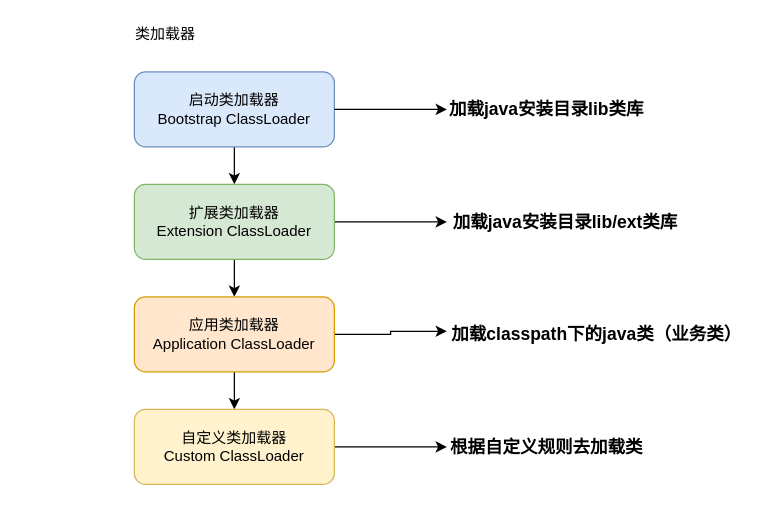
Above: jvm专栏/类加载器及双亲委派加载机制.drawio in zhongqiuoo/drawio (draw.io), before the change. Source tidied: cells renumbered, new cells numbered last; positions are measured from the earlier drawing's top-left corner, leaving out a move shared by most shapes. Both pictures are drawn from the tidied source at 125%, with x=0, y=0 at pixel (109, 21).
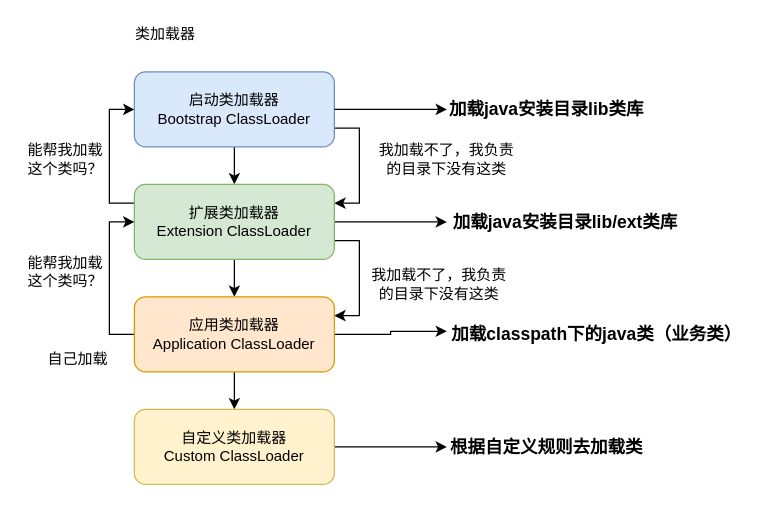
Above is the later version.

Commit message (it also covers changes not shown here):
更新类加载器及双亲委派加载机制.drawio

Unchanged cells that the change refers to:
```xml
<mxCell id="3" value="启动类加载器&lt;br&gt;Bootstrap ClassLoader" style="rounded=1;whiteSpace=wrap;html=1;fillColor=#dae8fc;strokeColor=#6c8ebf;" parent="1" vertex="1">
  <mxGeometry x="20" y="40" width="160" height="60" as="geometry" />
</mxCell>
<mxCell id="7" value="扩展类加载器&lt;br&gt;Extension ClassLoader" style="rounded=1;whiteSpace=wrap;html=1;fillColor=#d5e8d4;strokeColor=#82b366;" parent="1" vertex="1">
  <mxGeometry x="20" y="130" width="160" height="60" as="geometry" />
</mxCell>
<mxCell id="10" value="应用类加载器&lt;br&gt;Application ClassLoader" style="rounded=1;whiteSpace=wrap;html=1;fillColor=#ffe6cc;strokeColor=#d79b00;" parent="1" vertex="1">
  <mxGeometry x="20" y="220" width="160" height="60" as="geometry" />
</mxCell>
```

What changed in the source:
```diff
@@
+    <mxCell id="18" style="edgeStyle=orthogonalEdgeStyle;rounded=0;jettySize=auto;html=1;exitX=1;exitY=0.75;exitDx=0;exitDy=0;entryX=1;entryY=0.25;entryDx=0;entryDy=0;" parent="1" edge="1" source="3" target="7">
+      <mxGeometry relative="1" as="geometry" />
+    </mxCell>
@@
+    <mxCell id="19" style="edgeStyle=orthogonalEdgeStyle;rounded=0;jettySize=auto;html=1;exitX=0;exitY=0.25;exitDx=0;exitDy=0;entryX=0;entryY=0.5;entryDx=0;entryDy=0;" parent="1" edge="1" source="7" target="3">
+      <mxGeometry relative="1" as="geometry" />
+    </mxCell>
+    <mxCell id="20" style="edgeStyle=orthogonalEdgeStyle;rounded=0;jettySize=auto;html=1;exitX=1;exitY=0.75;exitDx=0;exitDy=0;entryX=1;entryY=0.25;entryDx=0;entryDy=0;" parent="1" edge="1" source="7" target="10">
+      <mxGeometry relative="1" as="geometry" />
+    </mxCell>
@@
+    <mxCell id="21" style="edgeStyle=orthogonalEdgeStyle;rounded=0;jettySize=auto;html=1;exitX=0;exitY=0.5;exitDx=0;exitDy=0;entryX=0;entryY=0.5;entryDx=0;entryDy=0;" parent="1" edge="1" source="10" target="7">
+      <mxGeometry relative="1" as="geometry" />
+    </mxCell>
@@
+    <mxCell id="22" value="能帮我加载这个类吗？" style="text;html=1;strokeColor=none;fillColor=none;align=center;verticalAlign=middle;whiteSpace=wrap;rounded=0;" parent="1" vertex="1">
+      <mxGeometry x="-70" y="180" width="70" height="40" as="geometry" />
+    </mxCell>
+    <mxCell id="23" value="能帮我加载这个类吗？" style="text;html=1;strokeColor=none;fillColor=none;align=center;verticalAlign=middle;whiteSpace=wrap;rounded=0;" parent="1" vertex="1">
+      <mxGeometry x="-70" y="90" width="70" height="40" as="geometry" />
+    </mxCell>
+    <mxCell id="24" value="我加载不了，我负责的目录下没有这类" style="text;html=1;strokeColor=none;fillColor=none;align=center;verticalAlign=middle;whiteSpace=wrap;rounded=0;" parent="1" vertex="1">
+      <mxGeometry x="210" y="100" width="120" height="20" as="geometry" />
+    </mxCell>
+    <mxCell id="25" value="我加载不了，我负责的目录下没有这类" style="text;html=1;strokeColor=none;fillColor=none;align=center;verticalAlign=middle;whiteSpace=wrap;rounded=0;" parent="1" vertex="1">
+      <mxGeometry x="204" y="200" width="120" height="20" as="geometry" />
+    </mxCell>
+    <mxCell id="26" value="自己加载" style="text;html=1;strokeColor=none;fillColor=none;align=center;verticalAlign=middle;whiteSpace=wrap;rounded=0;" parent="1" vertex="1">
+      <mxGeometry x="-50" y="260" width="50" height="20" as="geometry" />
+    </mxCell>
```
